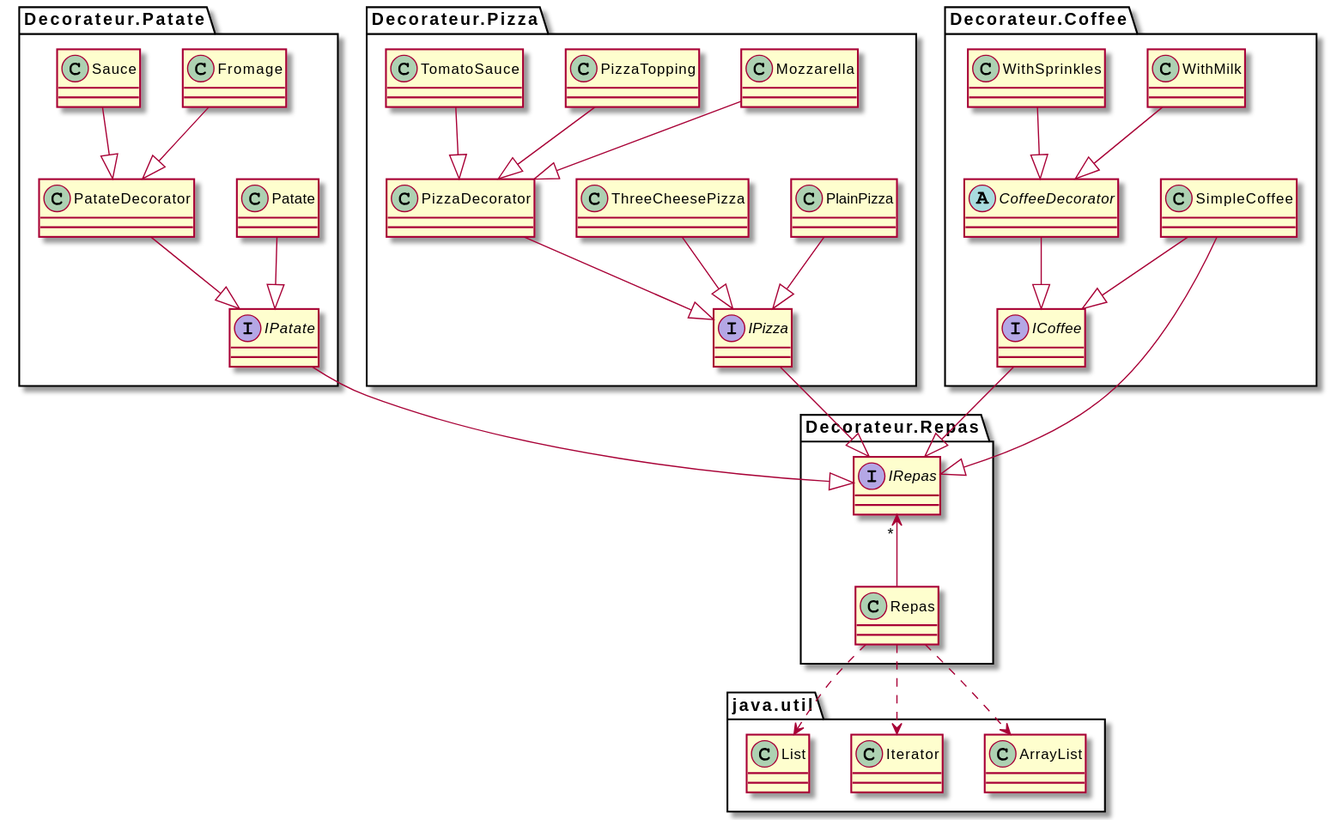
Above: src/main/java/Decorateur/Repas/README-generated/Diagramme de classe.svg in yvanross/LOG121-C04-decorateur-solution (PlantUML), before the change.
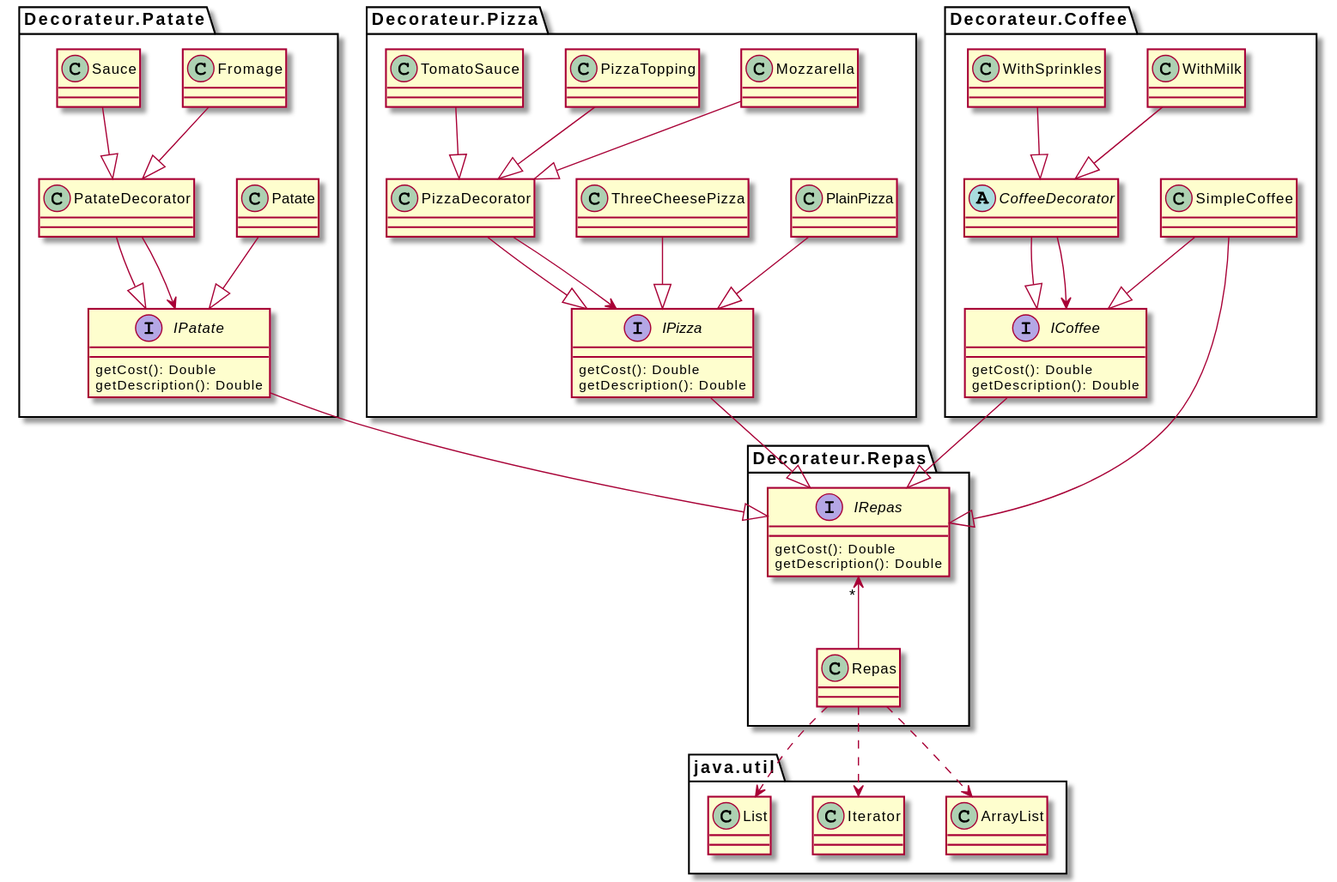
Above is the later version.

The edit, as a diff of the source:
```diff
@@ -17,10 +17,22 @@
 class java.util.ArrayList
 class java.util.Iterator
 class java.util.List
-interface Decorateur.Coffee.ICoffee
-interface Decorateur.Patate.IPatate
-interface Decorateur.Pizza.IPizza
-interface Decorateur.Repas.IRepas
+interface Decorateur.Coffee.ICoffee{
+    getCost(): Double
+    getDescription(): Double
+}
+interface Decorateur.Patate.IPatate{
+    getCost(): Double
+    getDescription(): Double
+}
+interface Decorateur.Pizza.IPizza{
+    getCost(): Double
+    getDescription(): Double
+}
+interface Decorateur.Repas.IRepas{
+    getCost(): Double
+    getDescription(): Double
+}
 Decorateur.Coffee.CoffeeDecorator --|> Decorateur.Coffee.ICoffee
 Decorateur.Coffee.SimpleCoffee --|> Decorateur.Coffee.ICoffee
 Decorateur.Coffee.SimpleCoffee --|> Decorateur.Repas.IRepas
@@ -44,4 +56,7 @@
 Decorateur.Pizza.IPizza --|> Decorateur.Repas.IRepas
 
 Decorateur.Repas.Repas -u-> "*" Decorateur.Repas.IRepas
+Decorateur.Coffee.CoffeeDecorator --> Decorateur.Coffee.ICoffee
+Decorateur.Patate.PatateDecorator --> Decorateur.Patate.IPatate
+Decorateur.Pizza.PizzaDecorator --> Decorateur.Pizza.IPizza
 @enduml
```
